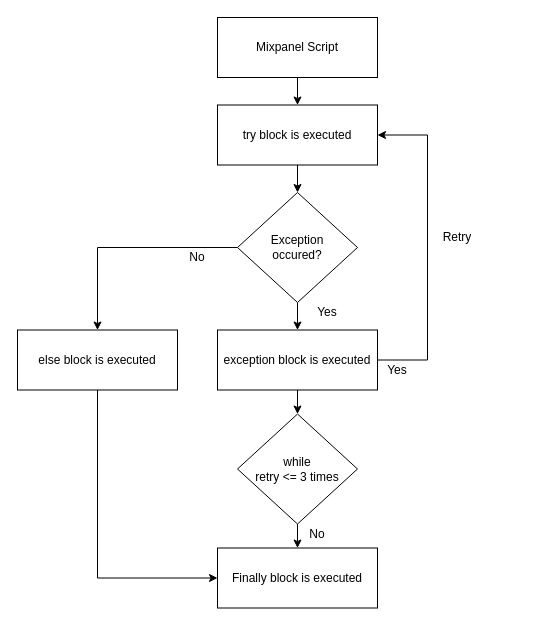
The draw.io diagram Untitled Diagram.drawio in phattharachon/Flowchart, before the edit. Source tidied: cells renumbered, new cells numbered last; positions are measured from the earlier drawing's top-left corner, leaving out a move shared by most shapes. Both pictures are drawn from the tidied source at 100%, with x=0, y=0 at pixel (17, 17).
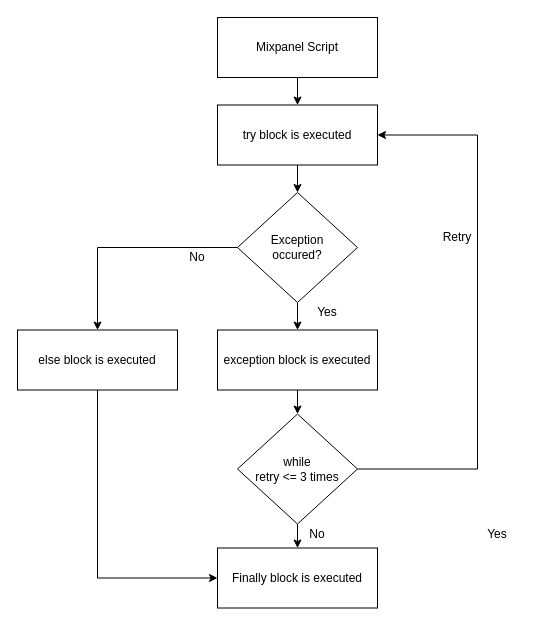
The same diagram, later.

Commit message:
change the wrong line

Unchanged cells that the change refers to:
```xml
<mxCell id="5" value="try block is executed" style="rounded=0;whiteSpace=wrap;html=1;" parent="1" vertex="1">
  <mxGeometry x="200" y="87.5" width="160" height="60" as="geometry" />
</mxCell>
<mxCell id="13" value="while &lt;br&gt;retry &amp;lt;= 3 times" style="rhombus;whiteSpace=wrap;html=1;" parent="1" vertex="1">
  <mxGeometry x="220" y="396.5" width="120" height="110" as="geometry" />
</mxCell>
<mxCell id="16" value="exception block is executed" style="rounded=0;whiteSpace=wrap;html=1;" parent="1" vertex="1">
  <mxGeometry x="200" y="312.5" width="160" height="60" as="geometry" />
</mxCell>
```

What changed in the source:
```diff
@@
+    <mxCell id="22" style="edgeStyle=orthogonalEdgeStyle;rounded=0;jettySize=auto;html=1;exitX=1;exitY=0.5;exitDx=0;exitDy=0;entryX=1;entryY=0.5;entryDx=0;entryDy=0;" parent="1" edge="1" source="13" target="5">
+      <mxGeometry relative="1" as="geometry">
+        <Array as="points">
+          <mxPoint x="460" y="452" />
+          <mxPoint x="460" y="118" />
+        </Array>
+      </mxGeometry>
+    </mxCell>
@@
-    <mxCell id="15" style="edgeStyle=orthogonalEdgeStyle;rounded=0;jettySize=auto;html=1;exitX=1;exitY=0.5;exitDx=0;exitDy=0;entryX=1;entryY=0.5;entryDx=0;entryDy=0;" parent="1" edge="1" source="16" target="5">
-      <mxGeometry relative="1" as="geometry">
-        <Array as="points">
-          <mxPoint x="410" y="343" />
-          <mxPoint x="410" y="118" />
-        </Array>
-      </mxGeometry>
-    </mxCell>
@@
     <mxCell id="18" value="Yes&lt;br&gt;" style="text;html=1;strokeColor=none;fillColor=none;align=center;verticalAlign=middle;whiteSpace=wrap;rounded=0;" parent="1" vertex="1">
-      <mxGeometry x="360" y="342.5" width="40" height="20" as="geometry" />
+      <mxGeometry x="460" y="506.5" width="40" height="20" as="geometry" />
     </mxCell>
```
